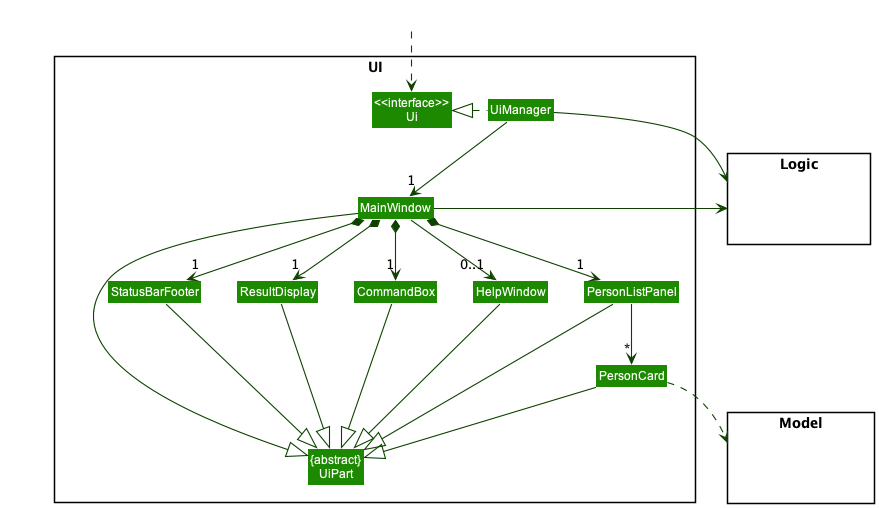
This is docs/images/UiClassDiagram.png from nus-cs2103-AY2223S1/tp, a PlantUML export, as it was before one commit.
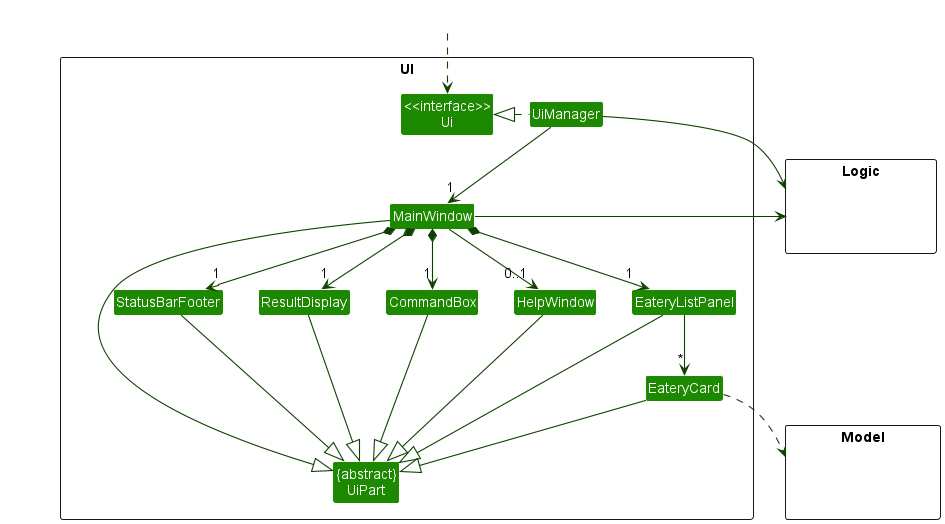
Above is the later version.

Change to the diagram source:
```diff
@@ -11,8 +11,8 @@
 Class MainWindow
 Class HelpWindow
 Class ResultDisplay
-Class PersonListPanel
-Class PersonCard
+Class EateryListPanel
+Class EateryCard
 Class StatusBarFooter
 Class CommandBox
 }
@@ -32,26 +32,26 @@
 UiManager -down-> "1" MainWindow
 MainWindow *-down->  "1" CommandBox
 MainWindow *-down-> "1" ResultDisplay
-MainWindow *-down-> "1" PersonListPanel
+MainWindow *-down-> "1" EateryListPanel
 MainWindow *-down-> "1" StatusBarFooter
 MainWindow --> "0..1" HelpWindow
 
-PersonListPanel -down-> "*" PersonCard
+EateryListPanel -down-> "*" EateryCard
 
 MainWindow -left-|> UiPart
 
 ResultDisplay --|> UiPart
 CommandBox --|> UiPart
-PersonListPanel --|> UiPart
-PersonCard --|> UiPart
+EateryListPanel --|> UiPart
+EateryCard --|> UiPart
 StatusBarFooter --|> UiPart
 HelpWindow --|> UiPart
 
-PersonCard ..> Model
+EateryCard ..> Model
 UiManager -right-> Logic
 MainWindow -left-> Logic
 
-PersonListPanel -[hidden]left- HelpWindow
+EateryListPanel -[hidden]left- HelpWindow
 HelpWindow -[hidden]left- CommandBox
 CommandBox -[hidden]left- ResultDisplay
 ResultDisplay -[hidden]left- StatusBarFooter
```
